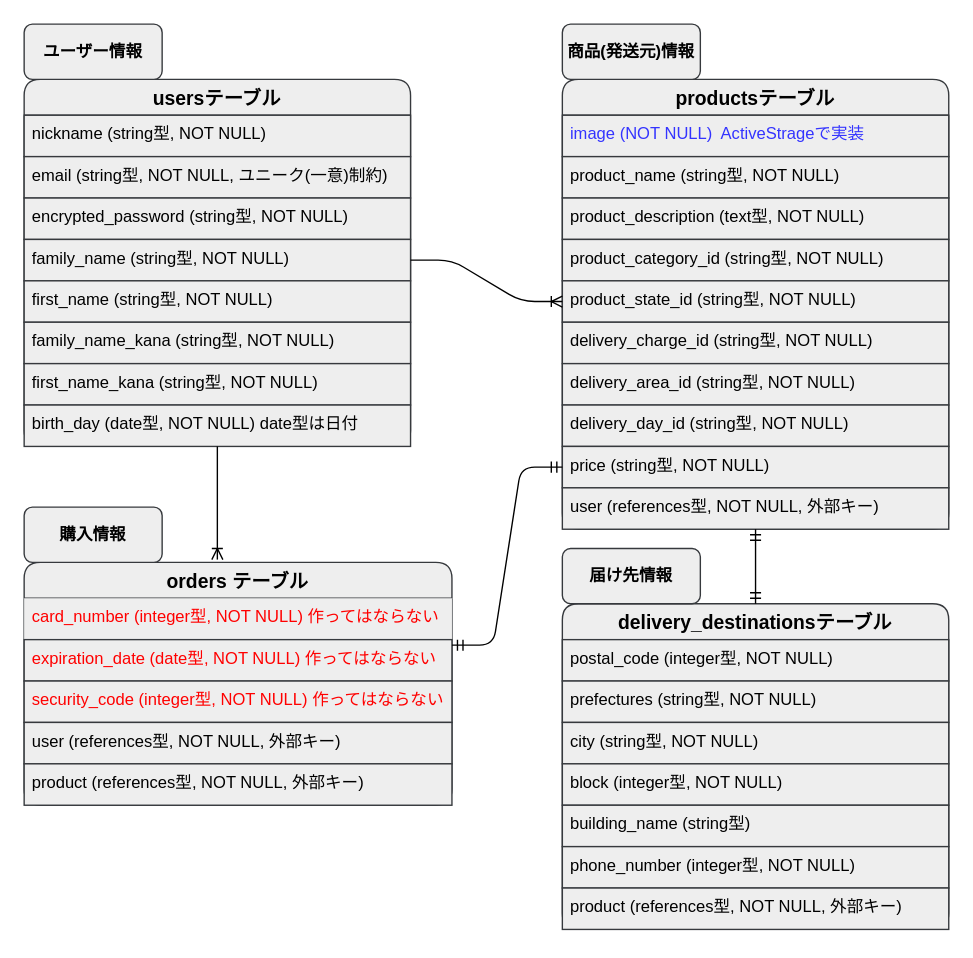
Earlier version of the draw.io diagram ER図.dio (yoshitarotsuda/furima-37166). Source tidied: cells renumbered, new cells numbered last; positions are measured from the earlier drawing's top-left corner, leaving out a move shared by most shapes. Both pictures are drawn from the tidied source at 138%, with x=0, y=0 at pixel (23, 23).
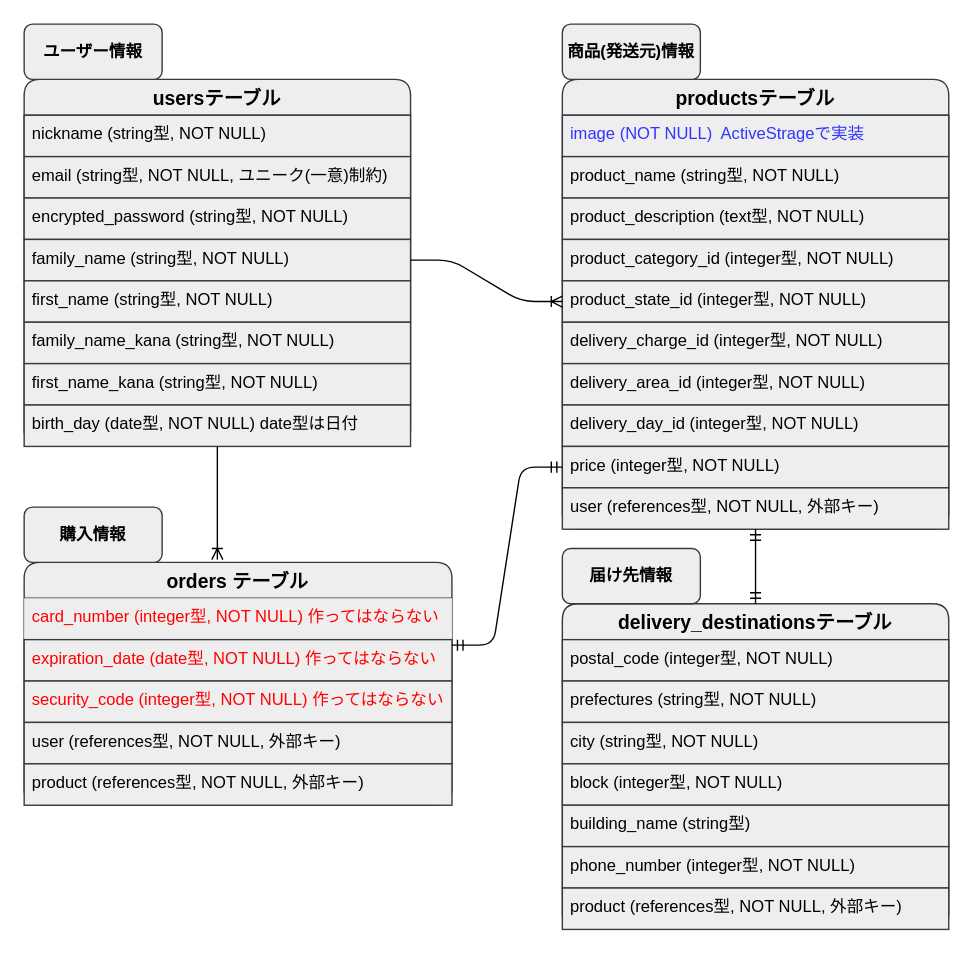
After the change.

Commit message (it also covers changes not shown here):
値段の型変更

The change refers to these unchanged cells:
```xml
<mxCell id="12" value="productsテーブル" style="swimlane;fontStyle=1;horizontal=1;startSize=26;align=center;fontSize=14;rounded=1;labelBackgroundColor=none;fillColor=#eeeeee;strokeColor=#36393d;fontColor=#000000;" parent="1" vertex="1">
  <mxGeometry x="390" y="40" width="280" height="326" as="geometry" />
</mxCell>
```

Change to the diagram source:
```diff
@@
-    <mxCell id="16" value="product_category_id (string型, NOT NULL)" style="text;strokeColor=#36393d;fillColor=#eeeeee;spacingLeft=4;spacingRight=4;overflow=hidden;fontSize=12;labelBackgroundColor=none;fontColor=#000000;" parent="12" vertex="1">
+    <mxCell id="16" value="product_category_id (integer型, NOT NULL)" style="text;strokeColor=#36393d;fillColor=#eeeeee;spacingLeft=4;spacingRight=4;overflow=hidden;fontSize=12;labelBackgroundColor=none;fontColor=#000000;" parent="12" vertex="1">
       <mxGeometry y="116" width="280" height="30" as="geometry" />
     </mxCell>
-    <mxCell id="17" value="product_state_id (string型, NOT NULL)" style="text;strokeColor=#36393d;fillColor=#eeeeee;spacingLeft=4;spacingRight=4;overflow=hidden;points=[[0,0.5],[1,0.5]];portConstraint=eastwest;fontSize=12;labelBackgroundColor=none;fontColor=#000000;" parent="12" vertex="1">
+    <mxCell id="17" value="product_state_id (integer型, NOT NULL)" style="text;strokeColor=#36393d;fillColor=#eeeeee;spacingLeft=4;spacingRight=4;overflow=hidden;points=[[0,0.5],[1,0.5]];portConstraint=eastwest;fontSize=12;labelBackgroundColor=none;fontColor=#000000;" parent="12" vertex="1">
       <mxGeometry y="146" width="280" height="30" as="geometry" />
     </mxCell>
-    <mxCell id="18" value="delivery_charge_id (string型, NOT NULL)" style="text;strokeColor=#36393d;fillColor=#eeeeee;spacingLeft=4;spacingRight=4;overflow=hidden;fontSize=12;fontColor=#000000;" parent="12" vertex="1">
+    <mxCell id="18" value="delivery_charge_id (integer型, NOT NULL)" style="text;strokeColor=#36393d;fillColor=#eeeeee;spacingLeft=4;spacingRight=4;overflow=hidden;fontSize=12;fontColor=#000000;" parent="12" vertex="1">
       <mxGeometry y="176" width="280" height="30" as="geometry" />
     </mxCell>
-    <mxCell id="19" value="delivery_area_id (string型, NOT NULL)" style="text;strokeColor=#36393d;fillColor=#eeeeee;spacingLeft=4;spacingRight=4;overflow=hidden;fontSize=12;fontColor=#000000;" parent="12" vertex="1">
+    <mxCell id="19" value="delivery_area_id (integer型, NOT NULL)" style="text;strokeColor=#36393d;fillColor=#eeeeee;spacingLeft=4;spacingRight=4;overflow=hidden;fontSize=12;fontColor=#000000;" parent="12" vertex="1">
       <mxGeometry y="206" width="280" height="30" as="geometry" />
     </mxCell>
-    <mxCell id="20" value="delivery_day_id (string型, NOT NULL)" style="text;strokeColor=#36393d;fillColor=#eeeeee;spacingLeft=4;spacingRight=4;overflow=hidden;fontSize=12;fontColor=#000000;" parent="12" vertex="1">
+    <mxCell id="20" value="delivery_day_id (integer型, NOT NULL)" style="text;strokeColor=#36393d;fillColor=#eeeeee;spacingLeft=4;spacingRight=4;overflow=hidden;fontSize=12;fontColor=#000000;" parent="12" vertex="1">
       <mxGeometry y="236" width="280" height="30" as="geometry" />
     </mxCell>
-    <mxCell id="21" value="price (string型, NOT NULL)" style="text;strokeColor=#36393d;fillColor=#eeeeee;spacingLeft=4;spacingRight=4;overflow=hidden;points=[[0,0.5],[1,0.5]];portConstraint=eastwest;fontSize=12;fontColor=#000000;" parent="12" vertex="1">
+    <mxCell id="21" value="price (integer型, NOT NULL)" style="text;strokeColor=#36393d;fillColor=#eeeeee;spacingLeft=4;spacingRight=4;overflow=hidden;points=[[0,0.5],[1,0.5]];portConstraint=eastwest;fontSize=12;fontColor=#000000;" parent="12" vertex="1">
       <mxGeometry y="266" width="280" height="30" as="geometry" />
     </mxCell>
```
